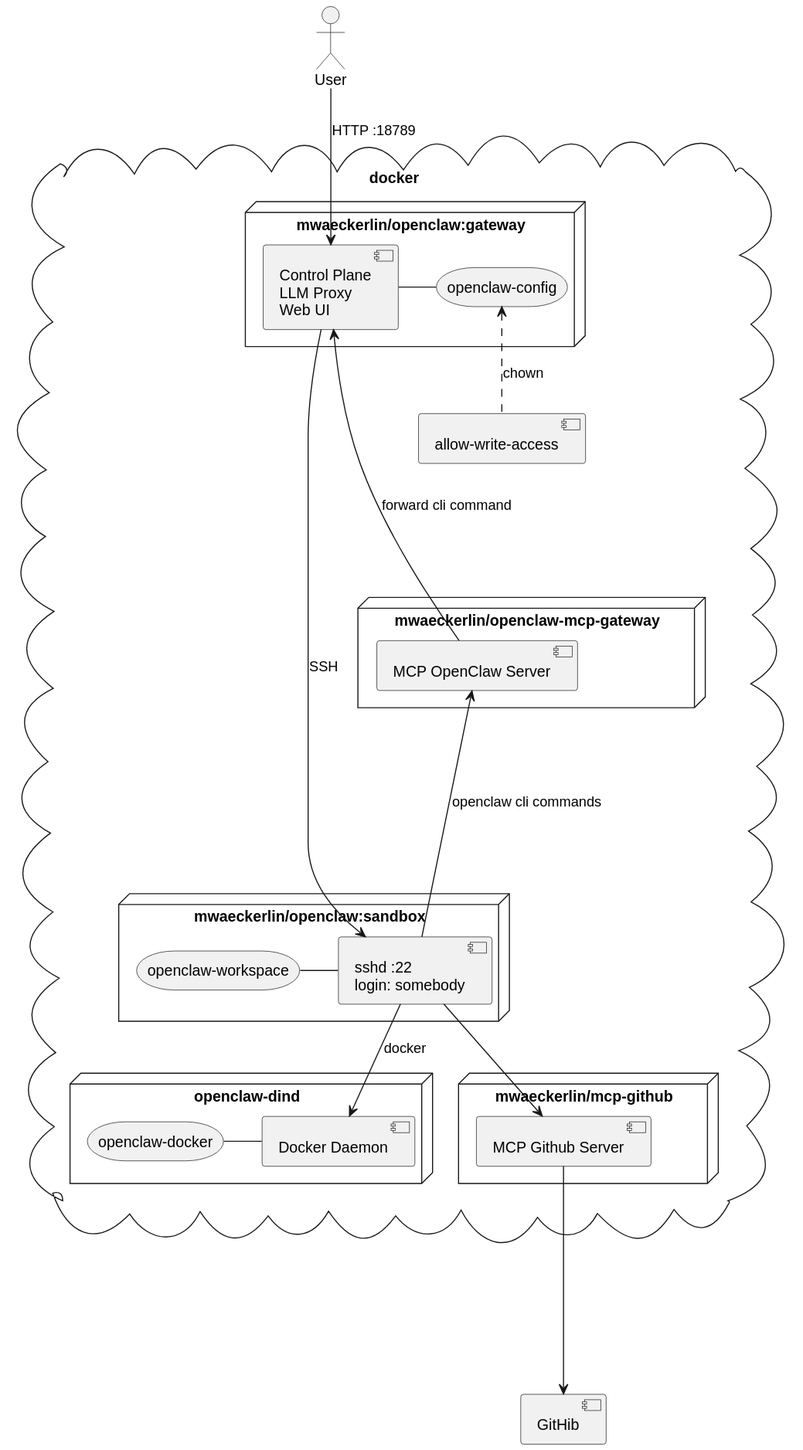
Above: doc/architecture.svg in mwaeckerlin/openclaw (PlantUML), before the change.
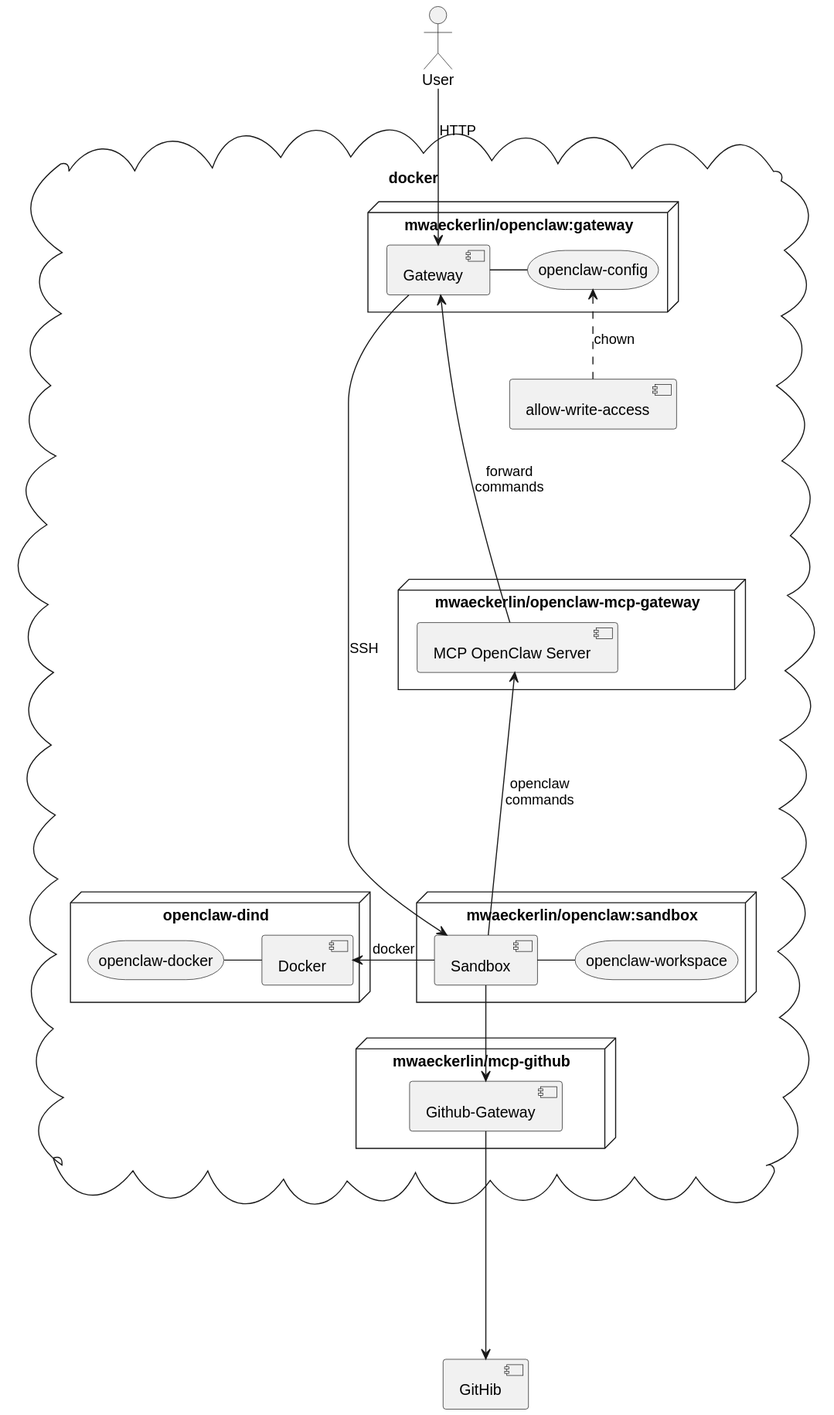
After the change.

The edit, as a diff of the source:
```diff
@@ -4,7 +4,7 @@
 cloud docker {
 
   node "mwaeckerlin/openclaw:gateway" as gw {
-    [Control Plane\nLLM Proxy\nWeb UI] as ctrl
+    [Gateway] as ctrl
     storage "openclaw-config" as cfg
     ctrl - cfg
   }
@@ -14,30 +14,30 @@
   }
 
   node "mwaeckerlin/openclaw:sandbox" as sb {
-    [sshd :22\nlogin: somebody] as sshd
+    [Sandbox] as sshd
     storage "openclaw-workspace" as ws
-    sshd -left- ws
+    sshd -right- ws
   }
 
   node "openclaw-dind" as dind {
-    [Docker Daemon] as dd
+    [Docker] as dd
     storage "openclaw-docker" as dv
     dd -left- dv
   }
 
   node "mwaeckerlin/mcp-github" {
-    [MCP Github Server] as gh
+    [Github-Gateway] as gh
   }
 
   component "allow-write-access" as aw
 }
 
-user --> ctrl : "HTTP :18789"
+user --> ctrl : "HTTP"
 ctrl --> sshd : "SSH"
-sshd --up--> mcp : openclaw cli commands
-mcp --up--> ctrl : forward cli command
+sshd --up--> mcp : openclaw\ncommands
+mcp --up--> ctrl : forward\ncommands
+sshd -left-> dd : docker
+aw .up.> cfg : chown
 sshd --> gh
 gh ----> [GitHib]
-sshd -down-> dd : docker
-aw .up.> cfg : chown
 @enduml
```
